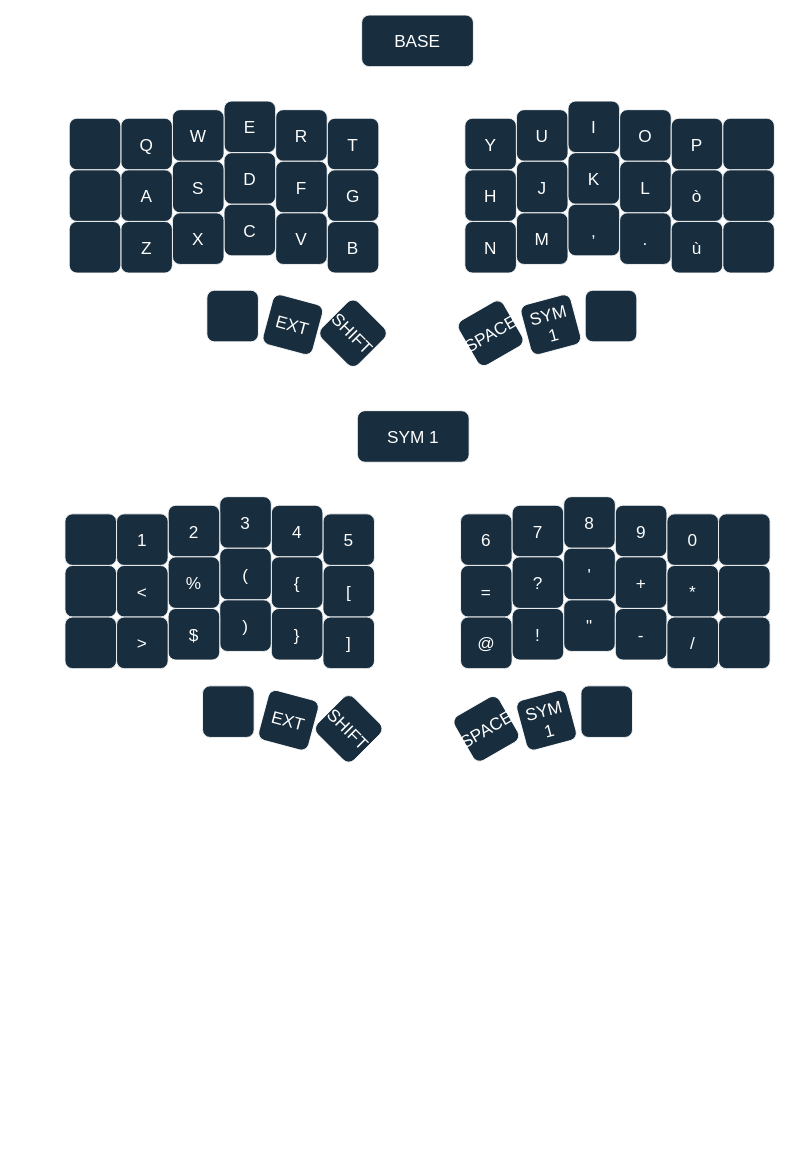
Above: Untitled Diagram.drawio in Ajibeckam/zmkcorne (draw.io), before the change. Source tidied: cells renumbered, new cells numbered last; positions are measured from the earlier drawing's top-left corner, leaving out a move shared by most shapes. Both pictures are drawn from the tidied source at 86%, with x=0, y=0 at pixel (64, 15).
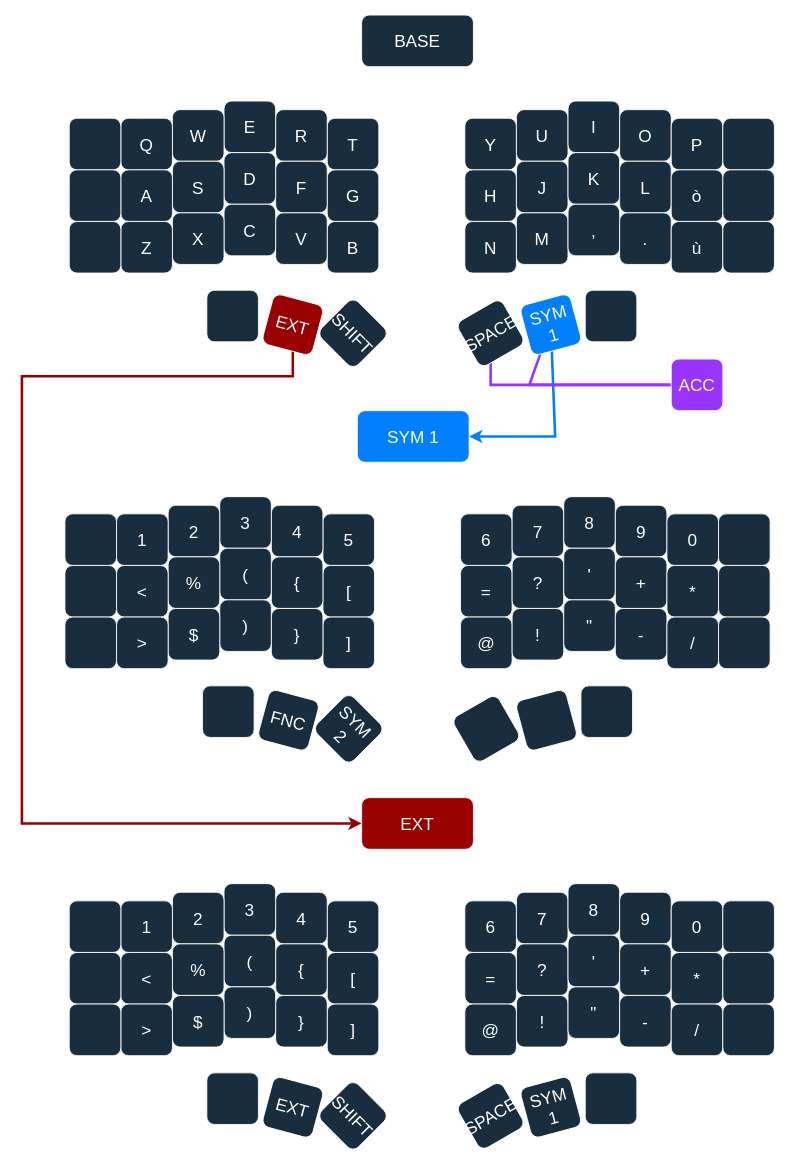
The same page after the edit.

Unchanged cells that the change refers to:
```xml
<mxCell id="42" value="SPACE" style="rounded=1;whiteSpace=wrap;html=1;strokeColor=#FFFFFF;fontColor=#FFFFFF;fillColor=#182E3E;rotation=-30;fontSize=20;" parent="1" vertex="1">
  <mxGeometry x="465" y="340" width="60" height="60" as="geometry" />
</mxCell>
```

The edit, as a diff of the source:
```diff
@@
+    <mxCell id="88" style="edgeStyle=orthogonalEdgeStyle;rounded=0;jettySize=auto;html=1;entryX=0;entryY=0.5;entryDx=0;entryDy=0;strokeColor=#990000;fontSize=20;strokeWidth=3;" parent="1" edge="1" source="40" target="134">
+      <mxGeometry relative="1" as="geometry">
+        <Array as="points">
+          <mxPoint x="265" y="420" />
+          <mxPoint x="-50" y="420" />
+          <mxPoint x="-50" y="940" />
+        </Array>
+      </mxGeometry>
+    </mxCell>
-    <mxCell id="40" value="EXT" style="rounded=1;whiteSpace=wrap;html=1;strokeColor=#FFFFFF;fontColor=#FFFFFF;fillColor=#182E3E;rotation=15;fontSize=20;" parent="1" vertex="1">
+    <mxCell id="40" value="EXT" style="rounded=1;whiteSpace=wrap;html=1;strokeColor=#FFFFFF;fontColor=#FFFFFF;fillColor=#990000;rotation=15;fontSize=20;" parent="1" vertex="1">
       <mxGeometry x="235" y="330" width="60" height="60" as="geometry" />
     </mxCell>
@@
+    <mxCell id="89" style="edgeStyle=orthogonalEdgeStyle;rounded=0;jettySize=auto;html=1;entryX=0;entryY=0.5;entryDx=0;entryDy=0;strokeColor=#9933FF;fontSize=20;strokeWidth=3;" parent="1" edge="1" source="42" target="135">
+      <mxGeometry relative="1" as="geometry">
+        <Array as="points">
+          <mxPoint x="495" y="430" />
+          <mxPoint x="720" y="430" />
+        </Array>
+      </mxGeometry>
+    </mxCell>
@@
+    <mxCell id="90" style="edgeStyle=orthogonalEdgeStyle;rounded=0;jettySize=auto;html=1;entryX=1;entryY=0.5;entryDx=0;entryDy=0;strokeColor=#007FFF;fontSize=20;strokeWidth=3;" parent="1" edge="1" source="43" target="87">
+      <mxGeometry relative="1" as="geometry">
+        <Array as="points">
+          <mxPoint x="570" y="490" />
+        </Array>
+      </mxGeometry>
+    </mxCell>
+    <mxCell id="91" style="edgeStyle=orthogonalEdgeStyle;rounded=0;jettySize=auto;html=1;entryX=0;entryY=0.5;entryDx=0;entryDy=0;strokeColor=#9933FF;fontSize=20;strokeWidth=3;" parent="1" edge="1" source="43" target="135">
+      <mxGeometry relative="1" as="geometry">
+        <Array as="points">
+          <mxPoint x="540" y="430" />
+          <mxPoint x="720" y="430" />
+        </Array>
+      </mxGeometry>
+    </mxCell>
-    <mxCell id="43" value="SYM 1" style="rounded=1;whiteSpace=wrap;html=1;strokeColor=#FFFFFF;fontColor=#FFFFFF;fillColor=#182E3E;rotation=-15;fontSize=20;" parent="1" vertex="1">
+    <mxCell id="43" value="SYM 1" style="rounded=1;whiteSpace=wrap;html=1;strokeColor=#FFFFFF;fontColor=#FFFFFF;fillColor=#007FFF;rotation=-15;fontSize=20;" parent="1" vertex="1">
       <mxGeometry x="535" y="330" width="60" height="60" as="geometry" />
     </mxCell>
@@
-    <mxCell id="83" value="EXT" style="rounded=1;whiteSpace=wrap;html=1;strokeColor=#FFFFFF;fontColor=#FFFFFF;fillColor=#182E3E;rotation=15;fontSize=20;" parent="1" vertex="1">
+    <mxCell id="83" value="FNC" style="rounded=1;whiteSpace=wrap;html=1;strokeColor=#FFFFFF;fontColor=#FFFFFF;fillColor=#182E3E;rotation=15;fontSize=20;" parent="1" vertex="1">
       <mxGeometry x="230" y="790" width="60" height="60" as="geometry" />
     </mxCell>
-    <mxCell id="84" value="SHIFT" style="rounded=1;whiteSpace=wrap;html=1;strokeColor=#FFFFFF;fontColor=#FFFFFF;fillColor=#182E3E;rotation=45;fontSize=20;" parent="1" vertex="1">
+    <mxCell id="84" value="SYM 2" style="rounded=1;whiteSpace=wrap;html=1;strokeColor=#FFFFFF;fontColor=#FFFFFF;fillColor=#182E3E;rotation=45;fontSize=20;" parent="1" vertex="1">
       <mxGeometry x="300" y="800" width="60" height="60" as="geometry" />
     </mxCell>
-    <mxCell id="85" value="SPACE" style="rounded=1;whiteSpace=wrap;html=1;strokeColor=#FFFFFF;fontColor=#FFFFFF;fillColor=#182E3E;rotation=-30;fontSize=20;" parent="1" vertex="1">
+    <mxCell id="85" style="rounded=1;whiteSpace=wrap;html=1;strokeColor=#FFFFFF;fontColor=#FFFFFF;fillColor=#182E3E;rotation=-30;fontSize=20;" parent="1" vertex="1">
       <mxGeometry x="460" y="800" width="60" height="60" as="geometry" />
     </mxCell>
-    <mxCell id="86" value="SYM 1" style="rounded=1;whiteSpace=wrap;html=1;strokeColor=#FFFFFF;fontColor=#FFFFFF;fillColor=#182E3E;rotation=-15;fontSize=20;" parent="1" vertex="1">
+    <mxCell id="86" style="rounded=1;whiteSpace=wrap;html=1;strokeColor=#FFFFFF;fontColor=#FFFFFF;fillColor=#182E3E;rotation=-15;fontSize=20;" parent="1" vertex="1">
       <mxGeometry x="530" y="790" width="60" height="60" as="geometry" />
     </mxCell>
-    <mxCell id="87" value="SYM 1" style="rounded=1;whiteSpace=wrap;html=1;strokeColor=#FFFFFF;fontColor=#FFFFFF;fillColor=#182E3E;fontSize=20;" parent="1" vertex="1">
+    <mxCell id="87" value="SYM 1" style="rounded=1;whiteSpace=wrap;html=1;strokeColor=#FFFFFF;fontColor=#FFFFFF;fillColor=#007FFF;fontSize=20;" parent="1" vertex="1">
       <mxGeometry x="340" y="460" width="130" height="60" as="geometry" />
     </mxCell>
+    <mxCell id="92" value="6" style="rounded=1;whiteSpace=wrap;html=1;strokeColor=#FFFFFF;fontColor=#FFFFFF;fillColor=#182E3E;fontSize=20;" parent="1" vertex="1">
+      <mxGeometry x="465" y="1030" width="60" height="60" as="geometry" />
+    </mxCell>
+    <mxCell id="93" value="7" style="rounded=1;whiteSpace=wrap;html=1;strokeColor=#FFFFFF;fontColor=#FFFFFF;fillColor=#182E3E;fontSize=20;" parent="1" vertex="1">
+      <mxGeometry x="525" y="1020" width="60" height="60" as="geometry" />
+    </mxCell>
+    <mxCell id="94" value="8" style="rounded=1;whiteSpace=wrap;html=1;strokeColor=#FFFFFF;fontColor=#FFFFFF;fillColor=#182E3E;fontSize=20;" parent="1" vertex="1">
+      <mxGeometry x="585" y="1010" width="60" height="60" as="geometry" />
+    </mxCell>
+    <mxCell id="95" value="9" style="rounded=1;whiteSpace=wrap;html=1;strokeColor=#FFFFFF;fontColor=#FFFFFF;fillColor=#182E3E;fontSize=20;" parent="1" vertex="1">
+      <mxGeometry x="645" y="1020" width="60" height="60" as="geometry" />
+    </mxCell>
+    <mxCell id="96" value="0" style="rounded=1;whiteSpace=wrap;html=1;strokeColor=#FFFFFF;fontColor=#FFFFFF;fillColor=#182E3E;fontSize=20;" parent="1" vertex="1">
+      <mxGeometry x="705" y="1030" width="60" height="60" as="geometry" />
+    </mxCell>
+    <mxCell id="97" style="rounded=1;whiteSpace=wrap;html=1;strokeColor=#FFFFFF;fontColor=#FFFFFF;fillColor=#182E3E;fontSize=20;" parent="1" vertex="1">
+      <mxGeometry x="765" y="1030" width="60" height="60" as="geometry" />
+    </mxCell>
+    <mxCell id="98" value="=" style="rounded=1;whiteSpace=wrap;html=1;strokeColor=#FFFFFF;fontColor=#FFFFFF;fillColor=#182E3E;fontSize=20;" parent="1" vertex="1">
+      <mxGeometry x="465" y="1090" width="60" height="60" as="geometry" />
+    </mxCell>
+    <mxCell id="99" value="?" style="rounded=1;whiteSpace=wrap;html=1;strokeColor=#FFFFFF;fontColor=#FFFFFF;fillColor=#182E3E;fontSize=20;" parent="1" vertex="1">
+      <mxGeometry x="525" y="1080" width="60" height="60" as="geometry" />
+    </mxCell>
+    <mxCell id="100" value="'" style="rounded=1;whiteSpace=wrap;html=1;strokeColor=#FFFFFF;fontColor=#FFFFFF;fillColor=#182E3E;fontSize=20;" parent="1" vertex="1">
+      <mxGeometry x="585" y="1070" width="60" height="60" as="geometry" />
+    </mxCell>
+    <mxCell id="101" value="+" style="rounded=1;whiteSpace=wrap;html=1;strokeColor=#FFFFFF;fontColor=#FFFFFF;fillColor=#182E3E;fontSize=20;" parent="1" vertex="1">
+      <mxGeometry x="645" y="1080" width="60" height="60" as="geometry" />
+    </mxCell>
+    <mxCell id="102" value="*" style="rounded=1;whiteSpace=wrap;html=1;strokeColor=#FFFFFF;fontColor=#FFFFFF;fillColor=#182E3E;fontSize=20;" parent="1" vertex="1">
+      <mxGeometry x="705" y="1090" width="60" height="60" as="geometry" />
+    </mxCell>
+    <mxCell id="103" style="rounded=1;whiteSpace=wrap;html=1;strokeColor=#FFFFFF;fontColor=#FFFFFF;fillColor=#182E3E;fontSize=20;" parent="1" vertex="1">
+      <mxGeometry x="765" y="1090" width="60" height="60" as="geometry" />
+    </mxCell>
+    <mxCell id="104" value="@" style="rounded=1;whiteSpace=wrap;html=1;strokeColor=#FFFFFF;fontColor=#FFFFFF;fillColor=#182E3E;fontSize=20;" parent="1" vertex="1">
+      <mxGeometry x="465" y="1150" width="60" height="60" as="geometry" />
+    </mxCell>
+    <mxCell id="105" value="!" style="rounded=1;whiteSpace=wrap;html=1;strokeColor=#FFFFFF;fontColor=#FFFFFF;fillColor=#182E3E;fontSize=20;" parent="1" vertex="1">
+      <mxGeometry x="525" y="1140" width="60" height="60" as="geometry" />
+    </mxCell>
+    <mxCell id="106" value="&quot;" style="rounded=1;whiteSpace=wrap;html=1;strokeColor=#FFFFFF;fontColor=#FFFFFF;fillColor=#182E3E;fontSize=20;" parent="1" vertex="1">
+      <mxGeometry x="585" y="1130" width="60" height="60" as="geometry" />
+    </mxCell>
+    <mxCell id="107" value="-" style="rounded=1;whiteSpace=wrap;html=1;strokeColor=#FFFFFF;fontColor=#FFFFFF;fillColor=#182E3E;fontSize=20;" parent="1" vertex="1">
+      <mxGeometry x="645" y="1140" width="60" height="60" as="geometry" />
+    </mxCell>
+    <mxCell id="108" value="/" style="rounded=1;whiteSpace=wrap;html=1;strokeColor=#FFFFFF;fontColor=#FFFFFF;fillColor=#182E3E;fontSize=20;" parent="1" vertex="1">
+      <mxGeometry x="705" y="1150" width="60" height="60" as="geometry" />
+    </mxCell>
+    <mxCell id="109" style="rounded=1;whiteSpace=wrap;html=1;strokeColor=#FFFFFF;fontColor=#FFFFFF;fillColor=#182E3E;fontSize=20;" parent="1" vertex="1">
+      <mxGeometry x="765" y="1150" width="60" height="60" as="geometry" />
+    </mxCell>
+    <mxCell id="110" value="5" style="rounded=1;whiteSpace=wrap;html=1;strokeColor=#FFFFFF;fontColor=#FFFFFF;fillColor=#182E3E;fontSize=20;" parent="1" vertex="1">
+      <mxGeometry x="305" y="1030" width="60" height="60" as="geometry" />
+    </mxCell>
+    <mxCell id="111" value="4" style="rounded=1;whiteSpace=wrap;html=1;strokeColor=#FFFFFF;fontColor=#FFFFFF;fillColor=#182E3E;fontSize=20;" parent="1" vertex="1">
+      <mxGeometry x="245" y="1020" width="60" height="60" as="geometry" />
+    </mxCell>
+    <mxCell id="112" value="3" style="rounded=1;whiteSpace=wrap;html=1;strokeColor=#FFFFFF;fontColor=#FFFFFF;fillColor=#182E3E;fontSize=20;" parent="1" vertex="1">
+      <mxGeometry x="185" y="1010" width="60" height="60" as="geometry" />
+    </mxCell>
+    <mxCell id="113" value="2" style="rounded=1;whiteSpace=wrap;html=1;strokeColor=#FFFFFF;fontColor=#FFFFFF;fillColor=#182E3E;fontSize=20;" parent="1" vertex="1">
+      <mxGeometry x="125" y="1020" width="60" height="60" as="geometry" />
+    </mxCell>
+    <mxCell id="114" value="1" style="rounded=1;whiteSpace=wrap;html=1;strokeColor=#FFFFFF;fontColor=#FFFFFF;fillColor=#182E3E;fontSize=20;" parent="1" vertex="1">
+      <mxGeometry x="65" y="1030" width="60" height="60" as="geometry" />
+    </mxCell>
+    <mxCell id="115" style="rounded=1;whiteSpace=wrap;html=1;strokeColor=#FFFFFF;fontColor=#FFFFFF;fillColor=#182E3E;fontSize=20;" parent="1" vertex="1">
+      <mxGeometry x="5" y="1030" width="60" height="60" as="geometry" />
+    </mxCell>
+    <mxCell id="116" value="[" style="rounded=1;whiteSpace=wrap;html=1;strokeColor=#FFFFFF;fontColor=#FFFFFF;fillColor=#182E3E;fontSize=20;" parent="1" vertex="1">
+      <mxGeometry x="305" y="1090" width="60" height="60" as="geometry" />
+    </mxCell>
+    <mxCell id="117" value="&lt;div style=&quot;font-size: 20px;&quot;&gt;{&lt;br style=&quot;font-size: 20px;&quot;&gt;&lt;/div&gt;" style="rounded=1;whiteSpace=wrap;html=1;strokeColor=#FFFFFF;fontColor=#FFFFFF;fillColor=#182E3E;fontSize=20;" parent="1" vertex="1">
+      <mxGeometry x="245" y="1080" width="60" height="60" as="geometry" />
+    </mxCell>
+    <mxCell id="118" value="(" style="rounded=1;whiteSpace=wrap;html=1;strokeColor=#FFFFFF;fontColor=#FFFFFF;fillColor=#182E3E;fontSize=20;" parent="1" vertex="1">
+      <mxGeometry x="185" y="1070" width="60" height="60" as="geometry" />
+    </mxCell>
+    <mxCell id="119" value="%" style="rounded=1;whiteSpace=wrap;html=1;strokeColor=#FFFFFF;fontColor=#FFFFFF;fillColor=#182E3E;fontSize=20;" parent="1" vertex="1">
+      <mxGeometry x="125" y="1080" width="60" height="60" as="geometry" />
+    </mxCell>
+    <mxCell id="120" value="&amp;lt;" style="rounded=1;whiteSpace=wrap;html=1;strokeColor=#FFFFFF;fontColor=#FFFFFF;fillColor=#182E3E;fontSize=20;" parent="1" vertex="1">
+      <mxGeometry x="65" y="1090" width="60" height="60" as="geometry" />
+    </mxCell>
+    <mxCell id="121" style="rounded=1;whiteSpace=wrap;html=1;strokeColor=#FFFFFF;fontColor=#FFFFFF;fillColor=#182E3E;fontSize=20;" parent="1" vertex="1">
+      <mxGeometry x="5" y="1090" width="60" height="60" as="geometry" />
+    </mxCell>
+    <mxCell id="122" value="]" style="rounded=1;whiteSpace=wrap;html=1;strokeColor=#FFFFFF;fontColor=#FFFFFF;fillColor=#182E3E;fontSize=20;" parent="1" vertex="1">
+      <mxGeometry x="305" y="1150" width="60" height="60" as="geometry" />
+    </mxCell>
+    <mxCell id="123" value="}" style="rounded=1;whiteSpace=wrap;html=1;strokeColor=#FFFFFF;fontColor=#FFFFFF;fillColor=#182E3E;fontSize=20;" parent="1" vertex="1">
+      <mxGeometry x="245" y="1140" width="60" height="60" as="geometry" />
+    </mxCell>
+    <mxCell id="124" value=")" style="rounded=1;whiteSpace=wrap;html=1;strokeColor=#FFFFFF;fontColor=#FFFFFF;fillColor=#182E3E;fontSize=20;" parent="1" vertex="1">
+      <mxGeometry x="185" y="1130" width="60" height="60" as="geometry" />
+    </mxCell>
+    <mxCell id="125" value="$" style="rounded=1;whiteSpace=wrap;html=1;strokeColor=#FFFFFF;fontColor=#FFFFFF;fillColor=#182E3E;fontSize=20;" parent="1" vertex="1">
+      <mxGeometry x="125" y="1140" width="60" height="60" as="geometry" />
+    </mxCell>
+    <mxCell id="126" value="&amp;gt;" style="rounded=1;whiteSpace=wrap;html=1;strokeColor=#FFFFFF;fontColor=#FFFFFF;fillColor=#182E3E;fontSize=20;" parent="1" vertex="1">
+      <mxGeometry x="65" y="1150" width="60" height="60" as="geometry" />
+    </mxCell>
+    <mxCell id="127" style="rounded=1;whiteSpace=wrap;html=1;strokeColor=#FFFFFF;fontColor=#FFFFFF;fillColor=#182E3E;fontSize=20;" parent="1" vertex="1">
+      <mxGeometry x="5" y="1150" width="60" height="60" as="geometry" />
+    </mxCell>
+    <mxCell id="128" style="rounded=1;whiteSpace=wrap;html=1;strokeColor=#FFFFFF;fontColor=#FFFFFF;fillColor=#182E3E;fontSize=20;" parent="1" vertex="1">
+      <mxGeometry x="605" y="1230" width="60" height="60" as="geometry" />
+    </mxCell>
+    <mxCell id="129" style="rounded=1;whiteSpace=wrap;html=1;strokeColor=#FFFFFF;fontColor=#FFFFFF;fillColor=#182E3E;fontSize=20;" parent="1" vertex="1">
+      <mxGeometry x="165" y="1230" width="60" height="60" as="geometry" />
+    </mxCell>
+    <mxCell id="130" value="EXT" style="rounded=1;whiteSpace=wrap;html=1;strokeColor=#FFFFFF;fontColor=#FFFFFF;fillColor=#182E3E;rotation=15;fontSize=20;" parent="1" vertex="1">
+      <mxGeometry x="235" y="1240" width="60" height="60" as="geometry" />
+    </mxCell>
+    <mxCell id="131" value="SHIFT" style="rounded=1;whiteSpace=wrap;html=1;strokeColor=#FFFFFF;fontColor=#FFFFFF;fillColor=#182E3E;rotation=45;fontSize=20;" parent="1" vertex="1">
+      <mxGeometry x="305" y="1250" width="60" height="60" as="geometry" />
+    </mxCell>
+    <mxCell id="132" value="SPACE" style="rounded=1;whiteSpace=wrap;html=1;strokeColor=#FFFFFF;fontColor=#FFFFFF;fillColor=#182E3E;rotation=-30;fontSize=20;" parent="1" vertex="1">
+      <mxGeometry x="465" y="1250" width="60" height="60" as="geometry" />
+    </mxCell>
+    <mxCell id="133" value="SYM 1" style="rounded=1;whiteSpace=wrap;html=1;strokeColor=#FFFFFF;fontColor=#FFFFFF;fillColor=#182E3E;rotation=-15;fontSize=20;" parent="1" vertex="1">
+      <mxGeometry x="535" y="1240" width="60" height="60" as="geometry" />
+    </mxCell>
+    <mxCell id="134" value="EXT" style="rounded=1;whiteSpace=wrap;html=1;strokeColor=#FFFFFF;fontColor=#FFFFFF;fillColor=#990000;fontSize=20;" parent="1" vertex="1">
+      <mxGeometry x="345" y="910" width="130" height="60" as="geometry" />
+    </mxCell>
+    <mxCell id="135" value="ACC" style="rounded=1;whiteSpace=wrap;html=1;strokeColor=#FFFFFF;fontColor=#FFFFFF;fillColor=#9933FF;fontSize=20;" parent="1" vertex="1">
+      <mxGeometry x="705" y="400" width="60" height="60" as="geometry" />
+    </mxCell>
```
